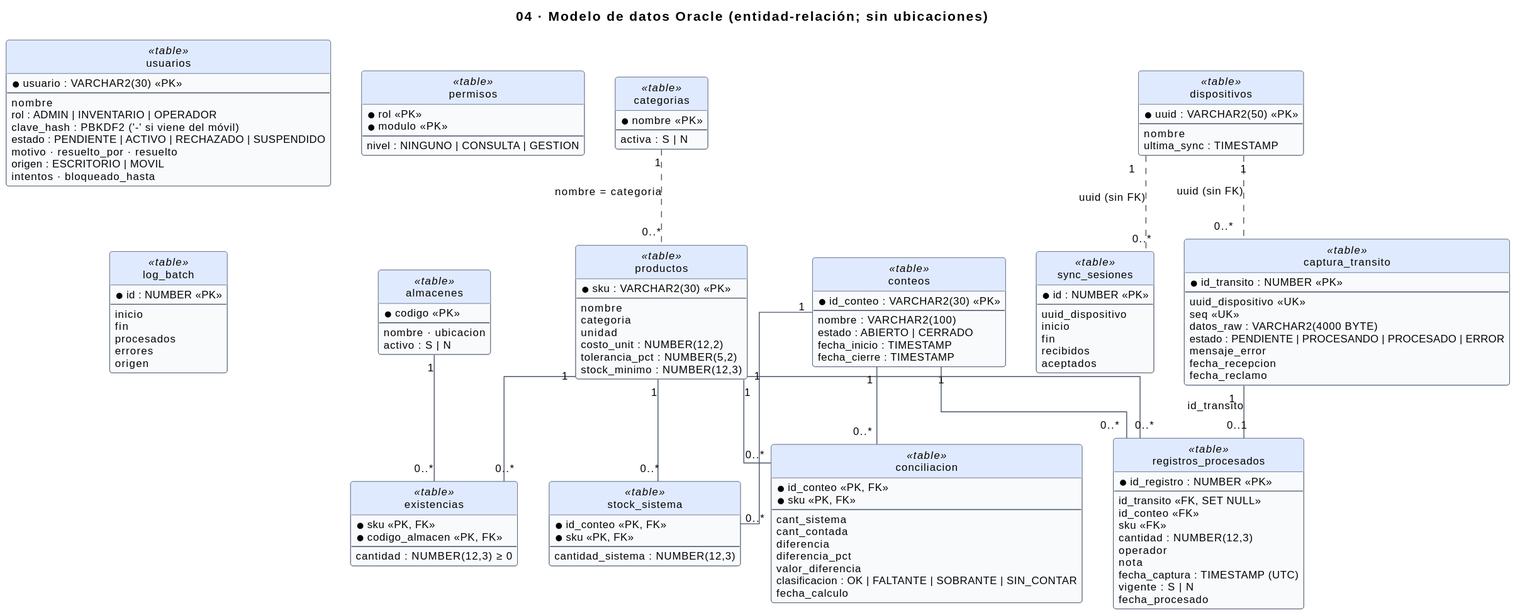
Above: docs/img/uml/04-modelo-datos.svg in sebas-archive/kardex-bt (PlantUML), before the change.
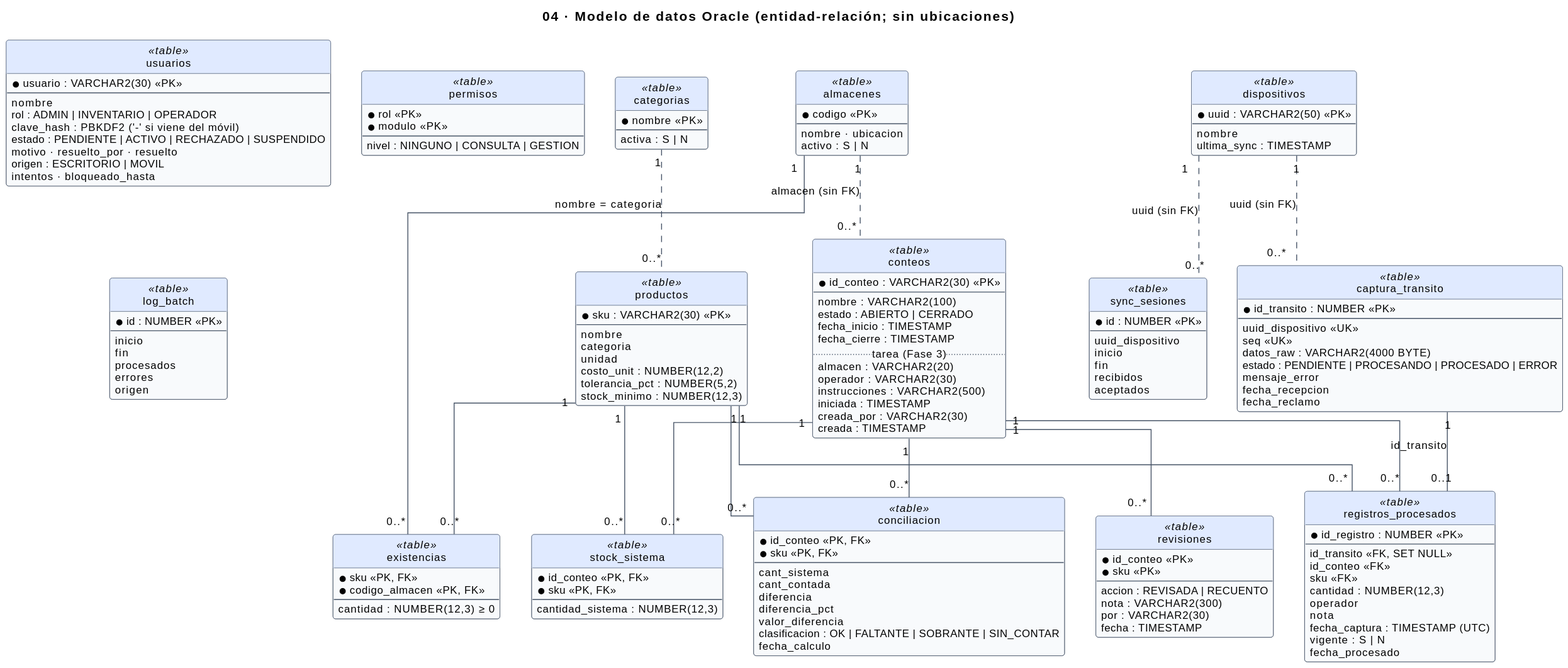
The same diagram one commit later.

What changed in the source:
```diff
@@ -11,6 +11,22 @@
   estado : ABIERTO | CERRADO
   fecha_inicio : TIMESTAMP
   fecha_cierre : TIMESTAMP
+  .. tarea (Fase 3) ..
+  almacen : VARCHAR2(20)
+  operador : VARCHAR2(30)
+  instrucciones : VARCHAR2(500)
+  iniciada : TIMESTAMP
+  creada_por : VARCHAR2(30)
+  creada : TIMESTAMP
+}
+class revisiones <<table>> {
+  * id_conteo <<PK>>
+  * sku <<PK>>
+  --
+  accion : REVISADA | RECUENTO
+  nota : VARCHAR2(300)
+  por : VARCHAR2(30)
+  fecha : TIMESTAMP
 }
 class productos <<table>> {
   * sku : VARCHAR2(30) <<PK>>
@@ -135,4 +151,6 @@
 productos "1" -- "0..*" existencias
 almacenes "1" -- "0..*" existencias
 categorias "1" .. "0..*" productos : nombre = categoria
+conteos "1" -- "0..*" revisiones
+almacenes "1" .. "0..*" conteos : almacen (sin FK)
 @enduml
```
